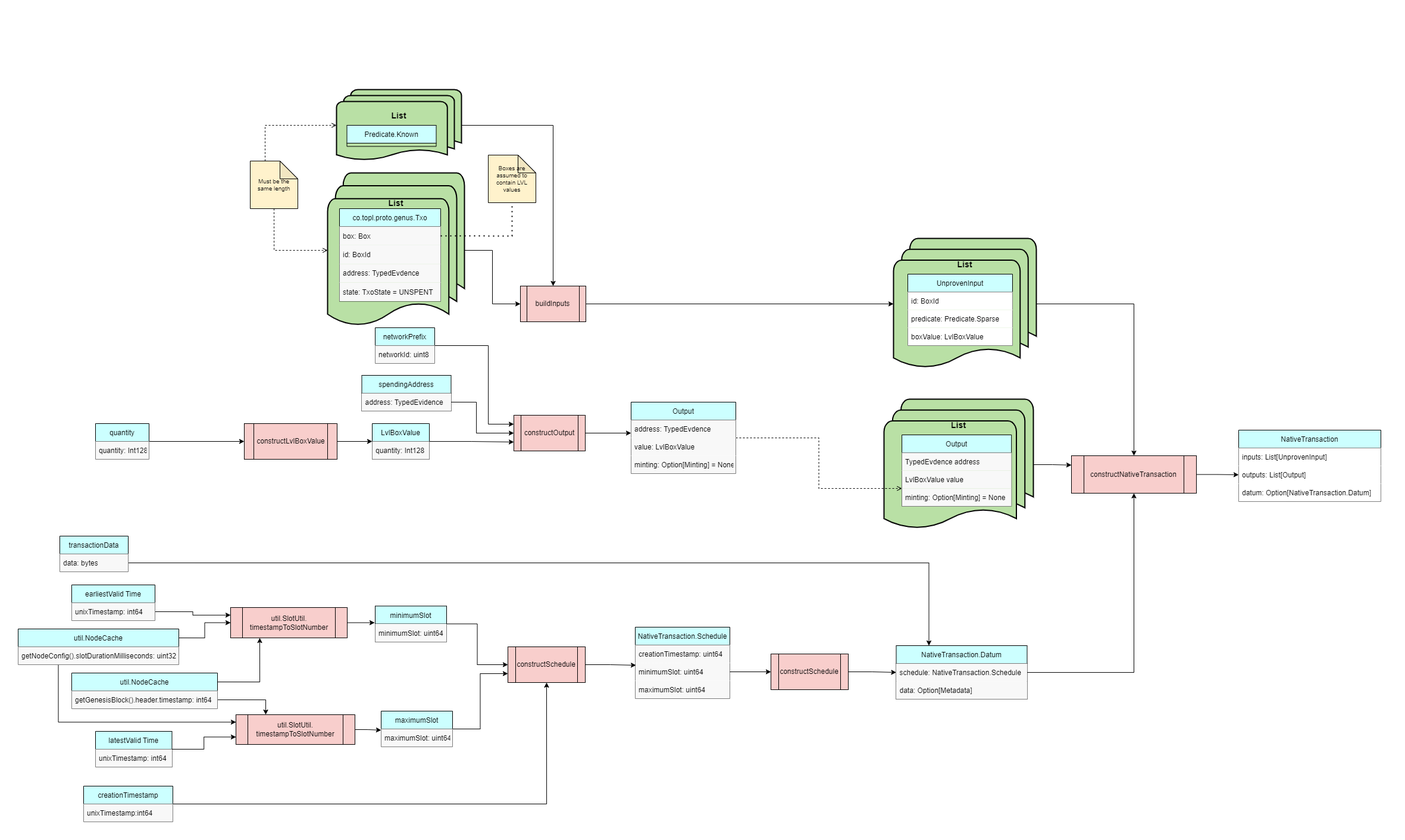
This is docs/Modules/NativeTransactor/transaction_builder.drawio.png from Topl/BramblSc-docs, a draw.io export, as it was before one commit. Source tidied: cells renumbered, new cells last; positions are measured from the earlier drawing's top-left corner, leaving out a move shared by most shapes.
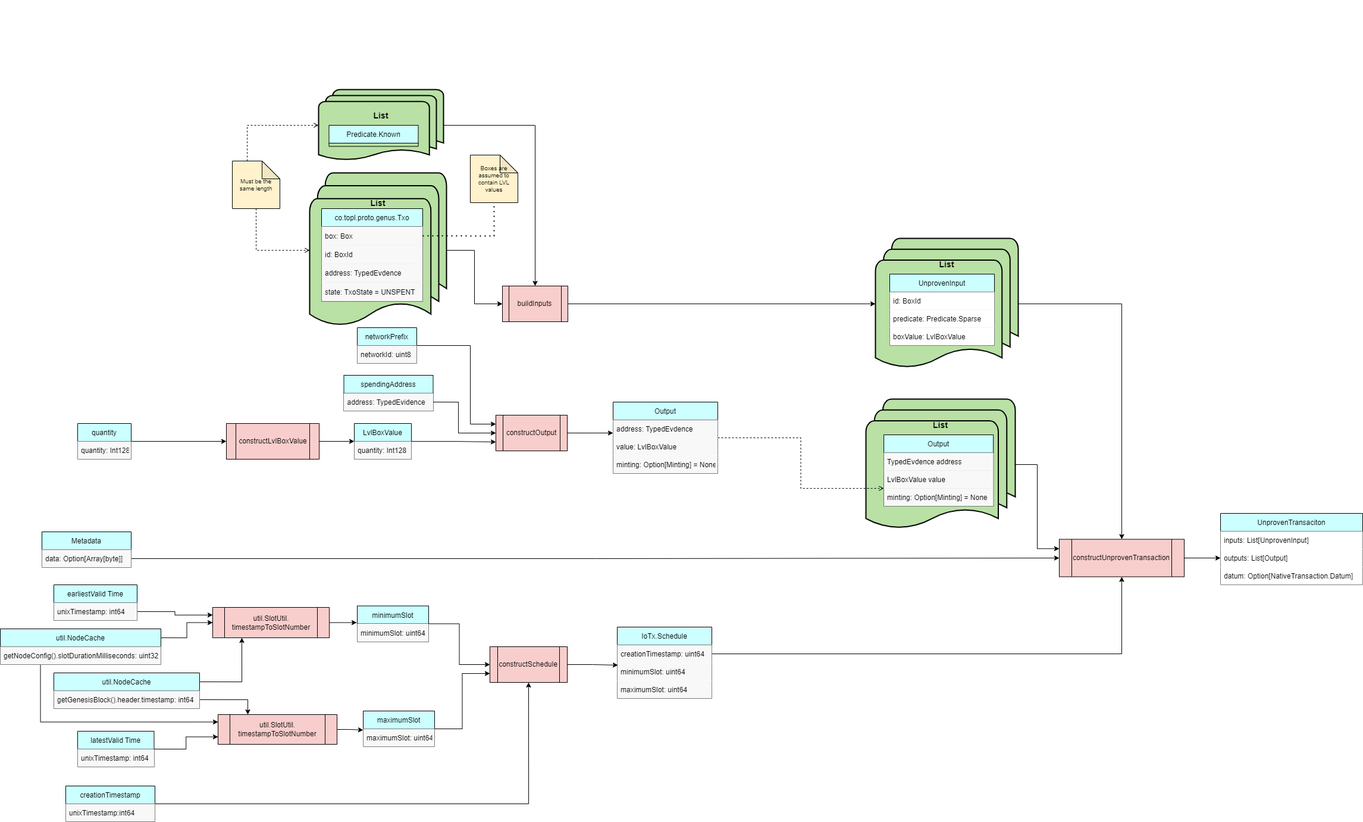
After the commit.

Commit message:
backed out archived qivr4s classes

The edit, as a diff of the source:
```diff
@@ -1,10 +1,7 @@
-<mxGraphModel>
+<mxGraphModel background="#FFFFFF">
   <root>
     <mxCell id="0" />
     <mxCell id="1" parent="0" />
-    <mxCell id="2" style="rounded=0;whiteSpace=wrap;html=1;strokeColor=#FFFFFF;fillColor=#FFFFFF;" parent="1" vertex="1">
-      <mxGeometry y="130" width="2360" height="1280" as="geometry" />
-    </mxCell>
     <mxCell id="3" style="group;" parent="1" vertex="1">
       <mxGeometry x="535" width="240" height="310" as="geometry" />
     </mxCell>
@@ -14,10 +11,10 @@
     <mxCell id="5" style="edgeStyle=orthogonalEdgeStyle;rounded=0;jettySize=auto;html=1;entryX=0;entryY=0.5;entryDx=0;entryDy=0;fontSize=10;endArrow=classic;endFill=1;" parent="1" edge="1" source="6" target="77">
       <mxGeometry relative="1" as="geometry" />
     </mxCell>
-    <mxCell id="6" value="constructNativeTransaction" style="shape=process;whiteSpace=wrap;html=1;backgroundOutline=1;fillColor=#F8CECC;" parent="1" vertex="1">
-      <mxGeometry x="1800" y="765" width="210" height="63" as="geometry" />
+    <mxCell id="6" value="constructUnprovenTransaction" style="shape=process;whiteSpace=wrap;html=1;backgroundOutline=1;fillColor=#F8CECC;" parent="1" vertex="1">
+      <mxGeometry x="1810" y="905.5" width="210" height="63" as="geometry" />
     </mxCell>
-    <mxCell id="7" value="NativeTransaction.Schedule" style="swimlane;fontStyle=0;horizontal=1;startSize=30;fillColor=#CCFFFF;" parent="1" vertex="1">
+    <mxCell id="7" value="IoTx.Schedule" style="swimlane;fontStyle=0;horizontal=1;startSize=30;fillColor=#CCFFFF;" parent="1" vertex="1">
       <mxGeometry x="1067" y="1053" width="159" height="120" as="geometry" />
     </mxCell>
     <mxCell id="8" value="creationTimestamp: uint64" style="text;strokeColor=none;fillColor=#F8F8F8;align=left;verticalAlign=middle;spacingLeft=4;spacingRight=4;overflow=hidden;points=[[0,0.5],[1,0.5]];portConstraint=eastwest;" parent="7" vertex="1">
@@ -29,9 +26,6 @@
     <mxCell id="10" value="maximumSlot: uint64" style="text;strokeColor=none;fillColor=#F8F8F8;align=left;verticalAlign=middle;spacingLeft=4;spacingRight=4;overflow=hidden;" parent="7" vertex="1">
       <mxGeometry y="90" width="159" height="30" as="geometry" />
     </mxCell>
-    <mxCell id="11" style="edgeStyle=orthogonalEdgeStyle;rounded=0;jettySize=auto;html=1;entryX=0;entryY=0.5;entryDx=0;entryDy=0;" parent="1" edge="1" source="9" target="106">
-      <mxGeometry relative="1" as="geometry" />
-    </mxCell>
     <mxCell id="12" style="edgeStyle=orthogonalEdgeStyle;rounded=0;jettySize=auto;html=1;entryX=0.007;entryY=1.133;entryDx=0;entryDy=0;entryPerimeter=0;exitX=1;exitY=0.5;exitDx=0;exitDy=0;" parent="1" edge="1" source="13" target="8">
       <mxGeometry relative="1" as="geometry" />
     </mxCell>
@@ -222,17 +216,17 @@
     <mxCell id="71" style="edgeStyle=orthogonalEdgeStyle;rounded=0;jettySize=auto;html=1;entryX=0.5;entryY=0;entryDx=0;entryDy=0;fontSize=10;endArrow=classic;endFill=1;exitX=1;exitY=0.5;exitDx=0;exitDy=0;exitPerimeter=0;" parent="1" edge="1" source="66" target="6">
       <mxGeometry relative="1" as="geometry" />
     </mxCell>
-    <mxCell id="72" style="edgeStyle=orthogonalEdgeStyle;rounded=0;jettySize=auto;html=1;fontSize=10;endArrow=classic;endFill=1;exitX=1;exitY=0.5;exitDx=0;exitDy=0;entryX=0.25;entryY=0;entryDx=0;entryDy=0;" parent="1" edge="1" source="74" target="102">
+    <mxCell id="72" style="edgeStyle=orthogonalEdgeStyle;rounded=0;jettySize=auto;html=1;fontSize=10;endArrow=classic;endFill=1;exitX=1;exitY=0.5;exitDx=0;exitDy=0;entryX=0;entryY=0.5;entryDx=0;entryDy=0;" parent="1" edge="1" source="74" target="6">
       <mxGeometry relative="1" as="geometry" />
     </mxCell>
-    <mxCell id="73" value="transactionData" style="swimlane;fontStyle=0;horizontal=1;startSize=30;fillColor=#CCFFFF;" parent="1" vertex="1">
-      <mxGeometry x="100" y="900" width="115" height="60" as="geometry" />
+    <mxCell id="73" value="Metadata" style="swimlane;fontStyle=0;horizontal=1;startSize=30;fillColor=#CCFFFF;" parent="1" vertex="1">
+      <mxGeometry x="100" y="893" width="150" height="60" as="geometry" />
     </mxCell>
-    <mxCell id="74" value="data: bytes" style="text;strokeColor=none;fillColor=#F8F8F8;align=left;verticalAlign=middle;spacingLeft=4;spacingRight=4;overflow=hidden;points=[[0,0.5],[1,0.5]];portConstraint=eastwest;" parent="73" vertex="1">
-      <mxGeometry y="30" width="115" height="30" as="geometry" />
+    <mxCell id="74" value="data: Option[Array[byte]]" style="text;strokeColor=none;fillColor=#F8F8F8;align=left;verticalAlign=middle;spacingLeft=4;spacingRight=4;overflow=hidden;points=[[0,0.5],[1,0.5]];portConstraint=eastwest;" parent="73" vertex="1">
+      <mxGeometry y="30" width="150" height="30" as="geometry" />
     </mxCell>
-    <mxCell id="75" value="NativeTransaction" style="swimlane;fontStyle=0;horizontal=1;startSize=30;fillColor=#CCFFFF;" parent="1" vertex="1">
-      <mxGeometry x="2081" y="722" width="239" height="120" as="geometry" />
+    <mxCell id="75" value="UnprovenTransaciton" style="swimlane;fontStyle=0;horizontal=1;startSize=30;fillColor=#CCFFFF;" parent="1" vertex="1">
+      <mxGeometry x="2081" y="862" width="239" height="120" as="geometry" />
     </mxCell>
     <mxCell id="76" value="inputs: List[UnprovenInput]" style="text;strokeColor=none;fillColor=#FFFFFF;align=left;verticalAlign=middle;spacingLeft=4;spacingRight=4;overflow=hidden;" parent="75" vertex="1">
       <mxGeometry y="30" width="239" height="30" as="geometry" />
@@ -313,23 +307,8 @@
         </Array>
       </mxGeometry>
     </mxCell>
-    <mxCell id="101" style="edgeStyle=orthogonalEdgeStyle;rounded=0;jettySize=auto;html=1;entryX=0.5;entryY=1;entryDx=0;entryDy=0;fontSize=18;" parent="1" edge="1" source="102" target="6">
+    <mxCell id="101" style="edgeStyle=orthogonalEdgeStyle;rounded=0;jettySize=auto;html=1;entryX=0.5;entryY=1;entryDx=0;entryDy=0;fontSize=18;exitX=1;exitY=0.5;exitDx=0;exitDy=0;" parent="1" edge="1" source="8" target="6">
       <mxGeometry relative="1" as="geometry" />
     </mxCell>
-    <mxCell id="102" value="NativeTransaction.Datum" style="swimlane;fontStyle=0;horizontal=1;startSize=30;fillColor=#CCFFFF;" parent="1" vertex="1">
-      <mxGeometry x="1505.5" y="1084" width="220" height="90" as="geometry" />
-    </mxCell>
-    <mxCell id="103" value="schedule: NativeTransaction.Schedule" style="text;strokeColor=none;fillColor=#F8F8F8;align=left;verticalAlign=middle;spacingLeft=4;spacingRight=4;overflow=hidden;" parent="102" vertex="1">
-      <mxGeometry y="30" width="220" height="30" as="geometry" />
-    </mxCell>
-    <mxCell id="104" value="data: Option[Metadata]" style="text;strokeColor=none;fillColor=#F8F8F8;align=left;verticalAlign=middle;spacingLeft=4;spacingRight=4;overflow=hidden;" parent="102" vertex="1">
-      <mxGeometry y="60" width="220" height="30" as="geometry" />
-    </mxCell>
-    <mxCell id="105" style="edgeStyle=orthogonalEdgeStyle;rounded=0;jettySize=auto;html=1;exitX=1;exitY=0.5;exitDx=0;exitDy=0;entryX=0;entryY=0.5;entryDx=0;entryDy=0;fontSize=18;" parent="1" edge="1" source="106" target="102">
-      <mxGeometry relative="1" as="geometry" />
-    </mxCell>
-    <mxCell id="106" value="constructSchedule" style="shape=process;whiteSpace=wrap;html=1;backgroundOutline=1;fillColor=#F8CECC;" parent="1" vertex="1">
-      <mxGeometry x="1295" y="1098" width="130" height="60" as="geometry" />
-    </mxCell>
   </root>
 </mxGraphModel>
```
